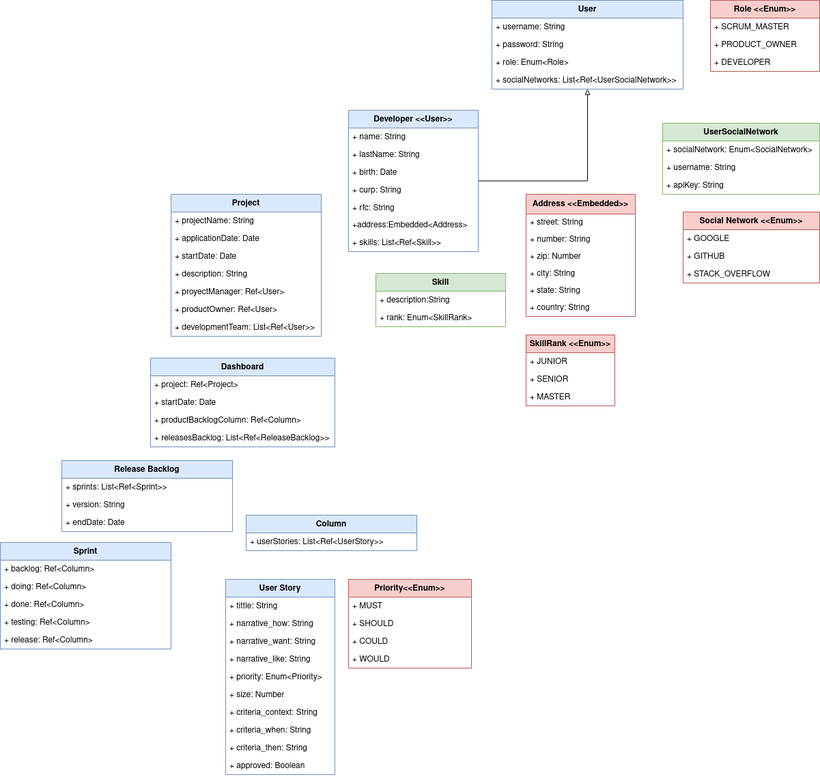
Before: diagrams/class-diagram.png, a diagram exported from draw.io (Adrigondo/UACH-wp-project-manager). Source tidied: cells renumbered, new cells last; positions are measured from the earlier drawing's top-left corner, leaving out a move shared by most shapes.
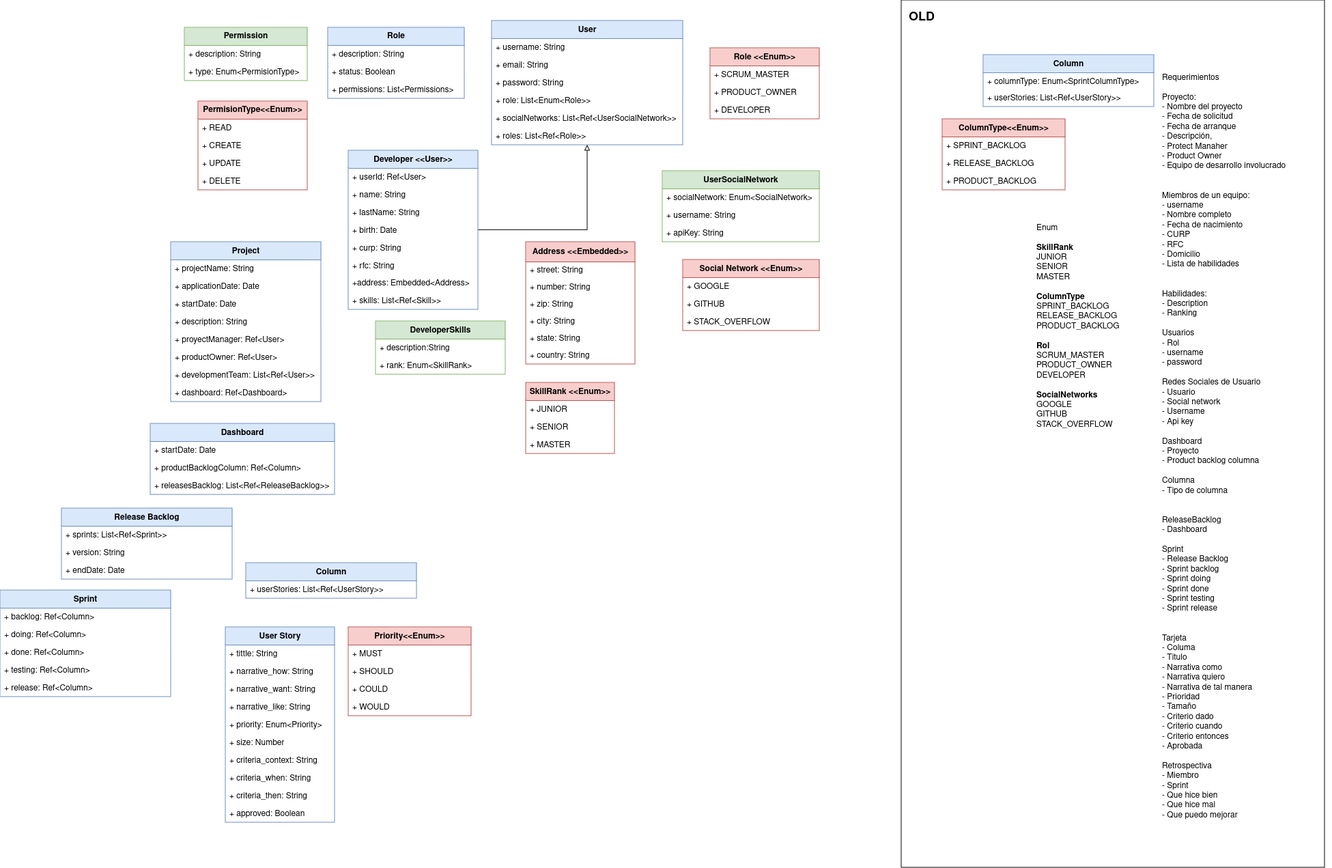
The same file after the commit.

Diff of the diagram source:
```diff
@@ -4,4 +4,7 @@
     <mxCell id="1" parent="0" />
+    <mxCell id="83" style="rounded=0;whiteSpace=wrap;html=1;" parent="1" vertex="1">
+      <mxGeometry x="1320" y="-70" width="620" height="1270" as="geometry" />
+    </mxCell>
     <mxCell id="2" value="Project" style="swimlane;fontStyle=1;align=center;verticalAlign=top;horizontal=1;startSize=26;whiteSpace=wrap;html=1;fillColor=#dae8fc;strokeColor=#6c8ebf;" parent="1" vertex="1">
-      <mxGeometry x="250" y="284" width="220" height="208" as="geometry" />
+      <mxGeometry x="250" y="284" width="220" height="234" as="geometry" />
     </mxCell>
@@ -28,2 +31,5 @@
     </mxCell>
+    <mxCell id="84" value="+ dashboard: Ref&lt;span style=&quot;background-color: initial;&quot;&gt;&amp;lt;Dashboard&amp;gt;&lt;/span&gt;" style="text;strokeColor=none;fillColor=none;align=left;verticalAlign=top;spacingLeft=4;spacingRight=4;overflow=hidden;whiteSpace=wrap;html=1;" parent="2" vertex="1">
+      <mxGeometry y="208" width="220" height="26" as="geometry" />
+    </mxCell>
     <mxCell id="10" style="edgeStyle=orthogonalEdgeStyle;rounded=0;jettySize=auto;html=1;endArrow=block;endFill=0;" parent="1" edge="1" source="11" target="33">
@@ -32,24 +38,27 @@
     <mxCell id="11" value="Developer &amp;lt;&amp;lt;User&amp;gt;&amp;gt;" style="swimlane;fontStyle=1;align=center;verticalAlign=top;horizontal=1;startSize=26;whiteSpace=wrap;html=1;fillColor=#dae8fc;strokeColor=#6c8ebf;" parent="1" vertex="1">
-      <mxGeometry x="510" y="161" width="190" height="207" as="geometry" />
+      <mxGeometry x="510" y="150" width="190" height="233" as="geometry" />
     </mxCell>
+    <mxCell id="85" value="+ userId: Ref&amp;lt;User&amp;gt;" style="text;strokeColor=none;fillColor=none;align=left;verticalAlign=top;spacingLeft=4;spacingRight=4;overflow=hidden;whiteSpace=wrap;html=1;" parent="11" vertex="1">
+      <mxGeometry y="26" width="190" height="26" as="geometry" />
+    </mxCell>
     <mxCell id="12" value="+ name: String" style="text;strokeColor=none;fillColor=none;align=left;verticalAlign=top;spacingLeft=4;spacingRight=4;overflow=hidden;whiteSpace=wrap;html=1;" parent="11" vertex="1">
-      <mxGeometry y="26" width="190" height="26" as="geometry" />
+      <mxGeometry y="52" width="190" height="26" as="geometry" />
     </mxCell>
     <mxCell id="13" value="+ lastName: String" style="text;strokeColor=none;fillColor=none;align=left;verticalAlign=top;spacingLeft=4;spacingRight=4;overflow=hidden;whiteSpace=wrap;html=1;" parent="11" vertex="1">
-      <mxGeometry y="52" width="190" height="26" as="geometry" />
+      <mxGeometry y="78" width="190" height="26" as="geometry" />
     </mxCell>
     <mxCell id="14" value="+ birth: Date" style="text;strokeColor=none;fillColor=none;align=left;verticalAlign=top;spacingLeft=4;spacingRight=4;overflow=hidden;whiteSpace=wrap;html=1;" parent="11" vertex="1">
-      <mxGeometry y="78" width="190" height="26" as="geometry" />
+      <mxGeometry y="104" width="190" height="26" as="geometry" />
     </mxCell>
     <mxCell id="15" value="+ curp: String" style="text;strokeColor=none;fillColor=none;align=left;verticalAlign=top;spacingLeft=4;spacingRight=4;overflow=hidden;whiteSpace=wrap;html=1;" parent="11" vertex="1">
-      <mxGeometry y="104" width="190" height="26" as="geometry" />
+      <mxGeometry y="130" width="190" height="26" as="geometry" />
     </mxCell>
     <mxCell id="16" value="+ rfc: String" style="text;strokeColor=none;fillColor=none;align=left;verticalAlign=top;spacingLeft=4;spacingRight=4;overflow=hidden;whiteSpace=wrap;html=1;" parent="11" vertex="1">
-      <mxGeometry y="130" width="190" height="26" as="geometry" />
+      <mxGeometry y="156" width="190" height="26" as="geometry" />
     </mxCell>
-    <mxCell id="17" value="+address:Embedded&amp;lt;Address&amp;gt;" style="text;html=1;strokeColor=none;fillColor=none;align=left;verticalAlign=middle;spacingLeft=4;spacingRight=4;overflow=hidden;whiteSpace=wrap;" parent="11" vertex="1">
-      <mxGeometry y="156" width="190" height="25" as="geometry" />
-    </mxCell>
+    <mxCell id="86" value="+address: Embedded&amp;lt;Address&amp;gt;" style="text;html=1;strokeColor=none;fillColor=none;align=left;verticalAlign=middle;spacingLeft=4;spacingRight=4;overflow=hidden;whiteSpace=wrap;" parent="11" vertex="1">
+      <mxGeometry y="182" width="190" height="25" as="geometry" />
+    </mxCell>
     <mxCell id="18" value="+ skills: List&amp;lt;Ref&amp;lt;Skill&amp;gt;&amp;gt;" style="text;strokeColor=none;fillColor=none;align=left;verticalAlign=top;spacingLeft=4;spacingRight=4;overflow=hidden;whiteSpace=wrap;html=1;" parent="11" vertex="1">
-      <mxGeometry y="181" width="190" height="26" as="geometry" />
+      <mxGeometry y="207" width="190" height="26" as="geometry" />
     </mxCell>
@@ -64,5 +73,5 @@
     </mxCell>
-    <mxCell id="22" value="+ zip: Number" style="text;html=1;strokeColor=none;fillColor=none;align=left;verticalAlign=middle;spacingLeft=4;spacingRight=4;overflow=hidden;whiteSpace=wrap;" parent="19" vertex="1">
-      <mxGeometry y="79" width="160" height="25" as="geometry" />
-    </mxCell>
+    <mxCell id="87" value="+ zip: String" style="text;html=1;strokeColor=none;fillColor=none;align=left;verticalAlign=middle;spacingLeft=4;spacingRight=4;overflow=hidden;whiteSpace=wrap;" parent="19" vertex="1">
+      <mxGeometry y="79" width="160" height="25" as="geometry" />
+    </mxCell>
     <mxCell id="23" value="+ city: String" style="text;html=1;strokeColor=none;fillColor=none;align=left;verticalAlign=middle;spacingLeft=4;spacingRight=4;overflow=hidden;whiteSpace=wrap;" parent="19" vertex="1">
@@ -88,9 +97,15 @@
     </mxCell>
-    <mxCell id="30" value="Skill" style="swimlane;fontStyle=1;align=center;verticalAlign=top;horizontal=1;startSize=26;whiteSpace=wrap;html=1;fillColor=#d5e8d4;strokeColor=#82b366;" parent="1" vertex="1">
-      <mxGeometry x="550" y="400" width="190" height="78" as="geometry" />
-    </mxCell>
+    <mxCell id="88" value="Requerimientos&lt;br&gt;&lt;br&gt;Proyecto:&lt;br&gt;- Nombre del proyecto&lt;br&gt;- Fecha de solicitud&lt;br&gt;- Fecha de arranque&lt;br&gt;- Descripción,&lt;br&gt;- Protect Manaher&lt;br&gt;- Product Owner&lt;br&gt;- Equipo de desarrollo involucrado&lt;br&gt;&lt;br&gt;&lt;br&gt;Miembros de un equipo:&lt;div&gt;- username&lt;br&gt;- Nombre completo&lt;br&gt;- Fecha de nacimiento&lt;div&gt;- CURP&lt;/div&gt;&lt;div&gt;- RFC&lt;/div&gt;&lt;div&gt;- Domicilio&lt;/div&gt;&lt;div&gt;- Lista de habilidades&lt;/div&gt;&lt;div&gt;&lt;br&gt;&lt;/div&gt;&lt;div&gt;&lt;br&gt;&lt;/div&gt;&lt;div&gt;Habilidades:&lt;/div&gt;&lt;div&gt;- Description&lt;/div&gt;&lt;div&gt;- Ranking&lt;/div&gt;&lt;div&gt;&lt;br&gt;&lt;/div&gt;&lt;div&gt;Usuarios&lt;/div&gt;&lt;div&gt;- Rol&lt;/div&gt;&lt;div&gt;- username&lt;/div&gt;&lt;div&gt;- password&lt;/div&gt;&lt;div&gt;&lt;br&gt;&lt;/div&gt;&lt;div&gt;Redes Sociales de Usuario&lt;/div&gt;&lt;div&gt;- Usuario&lt;/div&gt;&lt;div&gt;- Social network&lt;/div&gt;&lt;div&gt;- Username&lt;/div&gt;&lt;div&gt;- Api key&lt;/div&gt;&lt;div&gt;&lt;br&gt;&lt;/div&gt;&lt;div&gt;Dashboard&lt;/div&gt;&lt;div&gt;- Proyecto&lt;br&gt;&lt;/div&gt;&lt;div&gt;- Product backlog columna&lt;/div&gt;&lt;/div&gt;&lt;div&gt;&lt;br&gt;&lt;/div&gt;&lt;div&gt;Columna&lt;br&gt;&lt;/div&gt;&lt;div&gt;- Tipo de columna&lt;/div&gt;&lt;div&gt;&lt;br&gt;&lt;/div&gt;&lt;div&gt;&lt;br&gt;&lt;/div&gt;&lt;div&gt;ReleaseBacklog&lt;/div&gt;- Dashboard&lt;div&gt;&lt;br&gt;&lt;div&gt;&lt;div&gt;Sprint&lt;/div&gt;&lt;div&gt;- Release Backlog&lt;/div&gt;&lt;div&gt;- Sprint backlog&lt;/div&gt;&lt;div&gt;- Sprint doing&lt;/div&gt;&lt;div&gt;- Sprint done&lt;/div&gt;&lt;div&gt;- Sprint testing&lt;/div&gt;&lt;div&gt;- Sprint release&lt;br&gt;&lt;/div&gt;&lt;div&gt;&lt;br&gt;&lt;/div&gt;&lt;div&gt;&lt;br&gt;&lt;/div&gt;&lt;div&gt;Tarjeta&lt;/div&gt;&lt;div&gt;- Columa&lt;/div&gt;&lt;div&gt;- Titulo&lt;/div&gt;&lt;div&gt;- Narrativa como&lt;/div&gt;&lt;div&gt;- Narrativa&amp;nbsp;quiero&lt;/div&gt;&lt;div&gt;- Narrativa&amp;nbsp;de tal manera&lt;/div&gt;&lt;div&gt;- Prioridad&lt;/div&gt;&lt;div&gt;- Tamaño&lt;/div&gt;&lt;div&gt;- Criterio dado&lt;/div&gt;&lt;div&gt;- Criterio&amp;nbsp;cuando&lt;/div&gt;&lt;div&gt;- Criterio&amp;nbsp;entonces&lt;/div&gt;&lt;div&gt;- Aprobada&lt;/div&gt;&lt;div&gt;&lt;br&gt;&lt;/div&gt;&lt;div&gt;Retrospectiva&lt;/div&gt;&lt;div&gt;- Miembro&lt;/div&gt;&lt;div&gt;- Sprint&lt;/div&gt;&lt;div&gt;- Que hice bien&lt;/div&gt;&lt;div&gt;- Que hice mal&lt;/div&gt;&lt;div&gt;- Que puedo mejorar&lt;/div&gt;&lt;/div&gt;&lt;/div&gt;" style="text;whiteSpace=wrap;html=1;" parent="1" vertex="1">
+      <mxGeometry x="1700" y="30" width="250" height="1110" as="geometry" />
+    </mxCell>
+    <mxCell id="89" value="Enum&lt;br&gt;&lt;br&gt;&lt;div&gt;&lt;b&gt;SkillRank&lt;/b&gt;&lt;/div&gt;&lt;div&gt;JUNIOR&lt;/div&gt;&lt;div&gt;SENIOR&lt;/div&gt;&lt;div&gt;MASTER&lt;/div&gt;&lt;div&gt;&lt;br&gt;&lt;/div&gt;&lt;div&gt;&lt;b&gt;ColumnType&lt;/b&gt;&lt;/div&gt;&lt;div&gt;SPRINT_BACKLOG&lt;/div&gt;&lt;div&gt;RELEASE_BACKLOG&lt;/div&gt;&lt;div&gt;PRODUCT_BACKLOG&lt;/div&gt;&lt;div&gt;&lt;br&gt;&lt;/div&gt;&lt;div&gt;&lt;b&gt;Rol&lt;/b&gt;&lt;/div&gt;&lt;div&gt;SCRUM_MASTER&lt;/div&gt;&lt;div&gt;PRODUCT_OWNER&lt;/div&gt;&lt;div&gt;DEVELOPER&lt;/div&gt;&lt;div&gt;&lt;br&gt;&lt;/div&gt;&lt;div&gt;&lt;b&gt;SocialNetworks&lt;/b&gt;&lt;/div&gt;&lt;div&gt;GOOGLE&lt;/div&gt;&lt;div&gt;GITHUB&lt;/div&gt;&lt;div&gt;STACK_OVERFLOW&lt;/div&gt;" style="text;whiteSpace=wrap;html=1;" parent="1" vertex="1">
+      <mxGeometry x="1516" y="250" width="170" height="320" as="geometry" />
+    </mxCell>
+    <mxCell id="90" value="DeveloperSkills" style="swimlane;fontStyle=1;align=center;verticalAlign=top;horizontal=1;startSize=26;whiteSpace=wrap;html=1;fillColor=#d5e8d4;strokeColor=#82b366;" parent="1" vertex="1">
+      <mxGeometry x="550" y="400" width="190" height="78" as="geometry" />
+    </mxCell>
-    <mxCell id="31" value="+ description:String" style="text;strokeColor=none;fillColor=none;align=left;verticalAlign=top;spacingLeft=4;spacingRight=4;overflow=hidden;whiteSpace=wrap;html=1;" parent="30" vertex="1">
+    <mxCell id="31" value="+ description:String" style="text;strokeColor=none;fillColor=none;align=left;verticalAlign=top;spacingLeft=4;spacingRight=4;overflow=hidden;whiteSpace=wrap;html=1;" parent="90" vertex="1">
       <mxGeometry y="26" width="190" height="26" as="geometry" />
     </mxCell>
-    <mxCell id="32" value="+ rank: Enum&amp;lt;SkillRank&amp;gt;" style="text;strokeColor=none;fillColor=none;align=left;verticalAlign=top;spacingLeft=4;spacingRight=4;overflow=hidden;whiteSpace=wrap;html=1;" parent="30" vertex="1">
+    <mxCell id="32" value="+ rank: Enum&amp;lt;SkillRank&amp;gt;" style="text;strokeColor=none;fillColor=none;align=left;verticalAlign=top;spacingLeft=4;spacingRight=4;overflow=hidden;whiteSpace=wrap;html=1;" parent="90" vertex="1">
       <mxGeometry y="52" width="190" height="26" as="geometry" />
@@ -98,3 +113,3 @@
     <mxCell id="33" value="User" style="swimlane;fontStyle=1;align=center;verticalAlign=top;horizontal=1;startSize=26;whiteSpace=wrap;html=1;fillColor=#dae8fc;strokeColor=#6c8ebf;" parent="1" vertex="1">
-      <mxGeometry x="720" width="280" height="130" as="geometry" />
+      <mxGeometry x="720" y="-40" width="280" height="182" as="geometry" />
     </mxCell>
@@ -103,11 +118,17 @@
     </mxCell>
+    <mxCell id="91" value="+ email: String" style="text;strokeColor=none;fillColor=none;align=left;verticalAlign=top;spacingLeft=4;spacingRight=4;overflow=hidden;whiteSpace=wrap;html=1;" parent="33" vertex="1">
+      <mxGeometry y="52" width="280" height="26" as="geometry" />
+    </mxCell>
     <mxCell id="35" value="+ password: String" style="text;strokeColor=none;fillColor=none;align=left;verticalAlign=top;spacingLeft=4;spacingRight=4;overflow=hidden;whiteSpace=wrap;html=1;" parent="33" vertex="1">
-      <mxGeometry y="52" width="280" height="26" as="geometry" />
+      <mxGeometry y="78" width="280" height="26" as="geometry" />
     </mxCell>
-    <mxCell id="36" value="+ role: Enum&amp;lt;Role&amp;gt;" style="text;strokeColor=none;fillColor=none;align=left;verticalAlign=top;spacingLeft=4;spacingRight=4;overflow=hidden;whiteSpace=wrap;html=1;" parent="33" vertex="1">
-      <mxGeometry y="78" width="280" height="26" as="geometry" />
-    </mxCell>
+    <mxCell id="92" value="+ role: List&amp;lt;Enum&amp;lt;Role&amp;gt;&amp;gt;" style="text;strokeColor=none;fillColor=none;align=left;verticalAlign=top;spacingLeft=4;spacingRight=4;overflow=hidden;whiteSpace=wrap;html=1;" parent="33" vertex="1">
+      <mxGeometry y="104" width="280" height="26" as="geometry" />
+    </mxCell>
     <mxCell id="37" value="+ socialNetworks: List&amp;lt;Ref&amp;lt;UserSocialNetwork&amp;gt;&amp;gt;" style="text;strokeColor=none;fillColor=none;align=left;verticalAlign=top;spacingLeft=4;spacingRight=4;overflow=hidden;whiteSpace=wrap;html=1;" parent="33" vertex="1">
-      <mxGeometry y="104" width="280" height="26" as="geometry" />
+      <mxGeometry y="130" width="280" height="26" as="geometry" />
     </mxCell>
+    <mxCell id="93" value="+ roles: List&amp;lt;Ref&amp;lt;Role&amp;gt;&amp;gt;" style="text;strokeColor=none;fillColor=none;align=left;verticalAlign=top;spacingLeft=4;spacingRight=4;overflow=hidden;whiteSpace=wrap;html=1;" parent="33" vertex="1">
+      <mxGeometry y="156" width="280" height="26" as="geometry" />
+    </mxCell>
     <mxCell id="38" value="UserSocialNetwork" style="swimlane;fontStyle=1;align=center;verticalAlign=top;horizontal=1;startSize=26;whiteSpace=wrap;html=1;fillColor=#d5e8d4;strokeColor=#82b366;" parent="1" vertex="1">
@@ -125,15 +146,12 @@
     <mxCell id="42" value="Dashboard" style="swimlane;fontStyle=1;align=center;verticalAlign=top;horizontal=1;startSize=26;whiteSpace=wrap;html=1;fillColor=#dae8fc;strokeColor=#6c8ebf;" parent="1" vertex="1">
-      <mxGeometry x="220" y="524" width="270" height="130" as="geometry" />
+      <mxGeometry x="220" y="550" width="270" height="104" as="geometry" />
     </mxCell>
-    <mxCell id="43" value="+ project: Ref&amp;lt;Project&amp;gt;" style="text;strokeColor=none;fillColor=none;align=left;verticalAlign=top;spacingLeft=4;spacingRight=4;overflow=hidden;whiteSpace=wrap;html=1;" parent="42" vertex="1">
-      <mxGeometry y="26" width="270" height="26" as="geometry" />
-    </mxCell>
     <mxCell id="44" value="+ startDate: Date" style="text;strokeColor=none;fillColor=none;align=left;verticalAlign=top;spacingLeft=4;spacingRight=4;overflow=hidden;whiteSpace=wrap;html=1;" parent="42" vertex="1">
-      <mxGeometry y="52" width="270" height="26" as="geometry" />
+      <mxGeometry y="26" width="270" height="26" as="geometry" />
     </mxCell>
     <mxCell id="45" value="+ productBacklogColumn: Ref&amp;lt;Column&amp;gt;" style="text;strokeColor=none;fillColor=none;align=left;verticalAlign=top;spacingLeft=4;spacingRight=4;overflow=hidden;whiteSpace=wrap;html=1;" parent="42" vertex="1">
-      <mxGeometry y="78" width="270" height="26" as="geometry" />
+      <mxGeometry y="52" width="270" height="26" as="geometry" />
     </mxCell>
     <mxCell id="46" value="+ releasesBacklog: List&amp;lt;Ref&amp;lt;ReleaseBacklog&amp;gt;&amp;gt;" style="text;strokeColor=none;fillColor=none;align=left;verticalAlign=top;spacingLeft=4;spacingRight=4;overflow=hidden;whiteSpace=wrap;html=1;" parent="42" vertex="1">
-      <mxGeometry y="104" width="270" height="26" as="geometry" />
+      <mxGeometry y="78" width="270" height="26" as="geometry" />
     </mxCell>
@@ -247,2 +265,62 @@
     </mxCell>
+    <mxCell id="94" value="Column" style="swimlane;fontStyle=1;align=center;verticalAlign=top;horizontal=1;startSize=26;whiteSpace=wrap;html=1;fillColor=#dae8fc;strokeColor=#6c8ebf;" parent="1" vertex="1">
+      <mxGeometry x="1440" y="10" width="250" height="76" as="geometry" />
+    </mxCell>
+    <mxCell id="95" value="+ columnType: Enum&amp;lt;SprintColumnType&amp;gt;" style="text;strokeColor=none;fillColor=none;align=left;verticalAlign=top;spacingLeft=4;spacingRight=4;overflow=hidden;whiteSpace=wrap;html=1;" parent="94" vertex="1">
+      <mxGeometry y="26" width="250" height="24" as="geometry" />
+    </mxCell>
+    <mxCell id="96" value="+ userStories: List&amp;lt;Ref&amp;lt;UserStory&amp;gt;&amp;gt;" style="text;strokeColor=none;fillColor=none;align=left;verticalAlign=top;spacingLeft=4;spacingRight=4;overflow=hidden;whiteSpace=wrap;html=1;" parent="94" vertex="1">
+      <mxGeometry y="50" width="250" height="26" as="geometry" />
+    </mxCell>
+    <mxCell id="97" value="&lt;b style=&quot;text-align: left;&quot;&gt;ColumnType&lt;/b&gt;&amp;lt;&amp;lt;Enum&amp;gt;&amp;gt;" style="swimlane;fontStyle=1;align=center;verticalAlign=top;horizontal=1;startSize=26;whiteSpace=wrap;html=1;fillColor=#f8cecc;strokeColor=#b85450;" parent="1" vertex="1">
+      <mxGeometry x="1380" y="104" width="180" height="104" as="geometry" />
+    </mxCell>
+    <mxCell id="98" value="+ SPRINT_BACKLOG" style="text;strokeColor=none;fillColor=none;align=left;verticalAlign=top;spacingLeft=4;spacingRight=4;overflow=hidden;whiteSpace=wrap;html=1;" parent="97" vertex="1">
+      <mxGeometry y="26" width="180" height="26" as="geometry" />
+    </mxCell>
+    <mxCell id="99" value="+ RELEASE_BACKLOG" style="text;strokeColor=none;fillColor=none;align=left;verticalAlign=top;spacingLeft=4;spacingRight=4;overflow=hidden;whiteSpace=wrap;html=1;" parent="97" vertex="1">
+      <mxGeometry y="52" width="180" height="26" as="geometry" />
+    </mxCell>
+    <mxCell id="100" value="+ PRODUCT_BACKLOG" style="text;strokeColor=none;fillColor=none;align=left;verticalAlign=top;spacingLeft=4;spacingRight=4;overflow=hidden;whiteSpace=wrap;html=1;" parent="97" vertex="1">
+      <mxGeometry y="78" width="180" height="26" as="geometry" />
+    </mxCell>
+    <mxCell id="101" value="OLD" style="text;html=1;align=center;verticalAlign=middle;whiteSpace=wrap;rounded=0;fontSize=18;fontStyle=1;" parent="1" vertex="1">
+      <mxGeometry x="1320" y="-60" width="60" height="30" as="geometry" />
+    </mxCell>
+    <mxCell id="102" value="&lt;b&gt;PermisionType&amp;lt;&amp;lt;Enum&amp;gt;&amp;gt;&lt;/b&gt;" style="swimlane;fontStyle=0;horizontal=1;startSize=26;fillColor=#f8cecc;whiteSpace=wrap;html=1;strokeColor=#b85450;" parent="1" vertex="1">
+      <mxGeometry x="290" y="78" width="160" height="130" as="geometry" />
+    </mxCell>
+    <mxCell id="103" value="+ READ" style="text;strokeColor=none;fillColor=none;align=left;verticalAlign=top;spacingLeft=4;spacingRight=4;overflow=hidden;whiteSpace=wrap;html=1;" parent="102" vertex="1">
+      <mxGeometry y="26" width="160" height="26" as="geometry" />
+    </mxCell>
+    <mxCell id="104" value="+ CREATE" style="text;strokeColor=none;fillColor=none;align=left;verticalAlign=top;spacingLeft=4;spacingRight=4;overflow=hidden;whiteSpace=wrap;html=1;" parent="102" vertex="1">
+      <mxGeometry y="52" width="160" height="26" as="geometry" />
+    </mxCell>
+    <mxCell id="105" value="+ UPDATE" style="text;strokeColor=none;fillColor=none;align=left;verticalAlign=top;spacingLeft=4;spacingRight=4;overflow=hidden;whiteSpace=wrap;html=1;" parent="102" vertex="1">
+      <mxGeometry y="78" width="160" height="26" as="geometry" />
+    </mxCell>
+    <mxCell id="106" value="+ DELETE" style="text;strokeColor=none;fillColor=none;align=left;verticalAlign=top;spacingLeft=4;spacingRight=4;overflow=hidden;whiteSpace=wrap;html=1;" parent="102" vertex="1">
+      <mxGeometry y="104" width="160" height="26" as="geometry" />
+    </mxCell>
+    <mxCell id="107" value="&lt;b&gt;Permission&lt;/b&gt;" style="swimlane;fontStyle=0;horizontal=1;startSize=26;fillColor=#d5e8d4;whiteSpace=wrap;html=1;strokeColor=#82b366;" parent="1" vertex="1">
+      <mxGeometry x="270" y="-30" width="180" height="78" as="geometry" />
+    </mxCell>
+    <mxCell id="108" value="+ description: String" style="text;strokeColor=none;fillColor=none;align=left;verticalAlign=top;spacingLeft=4;spacingRight=4;overflow=hidden;whiteSpace=wrap;html=1;" parent="107" vertex="1">
+      <mxGeometry y="26" width="180" height="26" as="geometry" />
+    </mxCell>
+    <mxCell id="109" value="+ type: Enum&amp;lt;PermisionType&amp;gt;" style="text;strokeColor=none;fillColor=none;align=left;verticalAlign=top;spacingLeft=4;spacingRight=4;overflow=hidden;whiteSpace=wrap;html=1;" parent="107" vertex="1">
+      <mxGeometry y="52" width="180" height="26" as="geometry" />
+    </mxCell>
+    <mxCell id="110" value="&lt;b&gt;Role&lt;/b&gt;" style="swimlane;fontStyle=0;horizontal=1;startSize=26;fillColor=#dae8fc;whiteSpace=wrap;html=1;strokeColor=#6c8ebf;" parent="1" vertex="1">
+      <mxGeometry x="480" y="-30" width="200" height="104" as="geometry" />
+    </mxCell>
+    <mxCell id="111" value="+ description: String" style="text;strokeColor=none;fillColor=none;align=left;verticalAlign=top;spacingLeft=4;spacingRight=4;overflow=hidden;whiteSpace=wrap;html=1;" parent="110" vertex="1">
+      <mxGeometry y="26" width="200" height="26" as="geometry" />
+    </mxCell>
+    <mxCell id="112" value="+ status: Boolean" style="text;strokeColor=none;fillColor=none;align=left;verticalAlign=top;spacingLeft=4;spacingRight=4;overflow=hidden;whiteSpace=wrap;html=1;" parent="110" vertex="1">
+      <mxGeometry y="52" width="200" height="26" as="geometry" />
+    </mxCell>
+    <mxCell id="113" value="+ permissions: List&amp;lt;Permissions&amp;gt;" style="text;strokeColor=none;fillColor=none;align=left;verticalAlign=top;spacingLeft=4;spacingRight=4;overflow=hidden;whiteSpace=wrap;html=1;" parent="110" vertex="1">
+      <mxGeometry y="78" width="200" height="26" as="geometry" />
+    </mxCell>
   </root>
```
